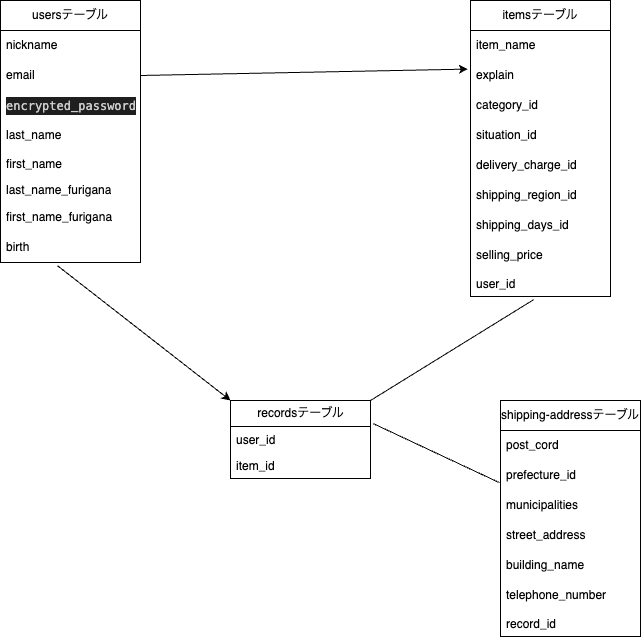
The draw.io diagram .drawio.png in koichan8258/furima-40352, before a commit. Source tidied: cells renumbered, new cells last; positions are measured from the earlier drawing's top-left corner, leaving out a move shared by most shapes.
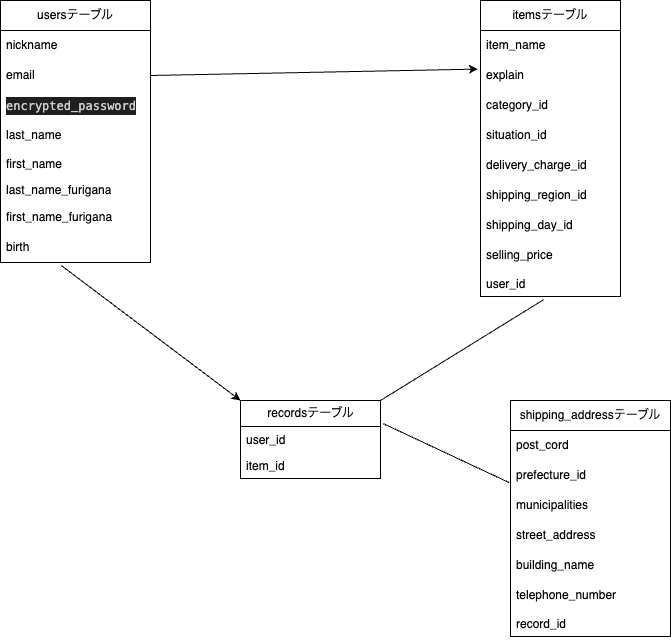
After the change.

Commit message:
ER図、READMEの訂正（2回目）

What changed in the source:
```diff
@@ -3,31 +3,31 @@
     <mxCell id="0" />
     <mxCell id="1" parent="0" />
     <mxCell id="2" value="usersテーブル" style="swimlane;fontStyle=0;horizontal=1;startSize=30;whiteSpace=wrap;html=1;" parent="1" vertex="1">
-      <mxGeometry width="140" height="262" as="geometry" />
+      <mxGeometry x="-10" width="150" height="262" as="geometry" />
     </mxCell>
     <mxCell id="3" value="nickname" style="text;strokeColor=none;fillColor=none;align=left;verticalAlign=middle;spacingLeft=4;spacingRight=4;overflow=hidden;whiteSpace=wrap;html=1;" parent="2" vertex="1">
-      <mxGeometry y="30" width="140" height="30" as="geometry" />
+      <mxGeometry y="30" width="150" height="30" as="geometry" />
     </mxCell>
     <mxCell id="4" value="email" style="text;strokeColor=none;fillColor=none;align=left;verticalAlign=middle;spacingLeft=4;spacingRight=4;overflow=hidden;points=[[0,0.5],[1,0.5]];portConstraint=eastwest;whiteSpace=wrap;html=1;" parent="2" vertex="1">
-      <mxGeometry y="60" width="140" height="30" as="geometry" />
+      <mxGeometry y="60" width="150" height="30" as="geometry" />
     </mxCell>
     <mxCell id="5" value="&lt;div style=&quot;color: rgb(204, 204, 204); background-color: rgb(31, 31, 31); font-family: Menlo, Monaco, &amp;quot;Courier New&amp;quot;, monospace; line-height: 18px;&quot;&gt;&lt;div style=&quot;line-height: 18px;&quot;&gt;encrypted_password&lt;/div&gt;&lt;/div&gt;" style="text;strokeColor=none;fillColor=none;align=left;verticalAlign=middle;spacingLeft=4;spacingRight=4;overflow=hidden;whiteSpace=wrap;html=1;" parent="2" vertex="1">
-      <mxGeometry y="90" width="140" height="30" as="geometry" />
+      <mxGeometry y="90" width="150" height="30" as="geometry" />
     </mxCell>
     <mxCell id="6" value="last_name" style="text;strokeColor=none;fillColor=none;align=left;verticalAlign=middle;spacingLeft=4;spacingRight=4;overflow=hidden;whiteSpace=wrap;html=1;" parent="2" vertex="1">
-      <mxGeometry y="120" width="140" height="30" as="geometry" />
+      <mxGeometry y="120" width="150" height="30" as="geometry" />
     </mxCell>
     <mxCell id="7" value="first_name" style="text;strokeColor=none;fillColor=none;align=left;verticalAlign=top;spacingLeft=4;spacingRight=4;overflow=hidden;whiteSpace=wrap;html=1;" parent="2" vertex="1">
-      <mxGeometry y="150" width="140" height="26" as="geometry" />
+      <mxGeometry y="150" width="150" height="26" as="geometry" />
     </mxCell>
     <mxCell id="8" value="last_name_furigana" style="text;strokeColor=none;fillColor=none;align=left;verticalAlign=top;spacingLeft=4;spacingRight=4;overflow=hidden;whiteSpace=wrap;html=1;" parent="2" vertex="1">
-      <mxGeometry y="176" width="140" height="26" as="geometry" />
+      <mxGeometry y="176" width="150" height="26" as="geometry" />
     </mxCell>
     <mxCell id="9" value="first_name_furigana" style="text;strokeColor=none;fillColor=none;align=left;verticalAlign=middle;spacingLeft=4;spacingRight=4;overflow=hidden;whiteSpace=wrap;html=1;" parent="2" vertex="1">
-      <mxGeometry y="202" width="140" height="30" as="geometry" />
+      <mxGeometry y="202" width="150" height="30" as="geometry" />
     </mxCell>
     <mxCell id="10" value="birth" style="text;strokeColor=none;fillColor=none;align=left;verticalAlign=middle;spacingLeft=4;spacingRight=4;overflow=hidden;points=[[0,0.5],[1,0.5]];portConstraint=eastwest;whiteSpace=wrap;html=1;" parent="2" vertex="1">
-      <mxGeometry y="232" width="140" height="30" as="geometry" />
+      <mxGeometry y="232" width="150" height="30" as="geometry" />
     </mxCell>
     <mxCell id="11" value="itemsテーブル" style="swimlane;fontStyle=0;horizontal=1;startSize=30;whiteSpace=wrap;html=1;" parent="1" vertex="1">
       <mxGeometry x="470" width="140" height="296" as="geometry" />
@@ -50,7 +50,7 @@
     <mxCell id="17" value="shipping_region_id" style="text;strokeColor=none;fillColor=none;align=left;verticalAlign=middle;spacingLeft=4;spacingRight=4;overflow=hidden;whiteSpace=wrap;html=1;" parent="11" vertex="1">
       <mxGeometry y="180" width="140" height="30" as="geometry" />
     </mxCell>
-    <mxCell id="18" value="shipping_days_id" style="text;strokeColor=none;fillColor=none;align=left;verticalAlign=middle;spacingLeft=4;spacingRight=4;overflow=hidden;whiteSpace=wrap;html=1;" parent="11" vertex="1">
+    <mxCell id="18" value="shipping_day_id" style="text;strokeColor=none;fillColor=none;align=left;verticalAlign=middle;spacingLeft=4;spacingRight=4;overflow=hidden;whiteSpace=wrap;html=1;" parent="11" vertex="1">
       <mxGeometry y="210" width="140" height="30" as="geometry" />
     </mxCell>
     <mxCell id="19" value="selling_price" style="text;strokeColor=none;fillColor=none;align=left;verticalAlign=middle;spacingLeft=4;spacingRight=4;overflow=hidden;whiteSpace=wrap;html=1;" parent="11" vertex="1">
@@ -62,29 +62,29 @@
     <mxCell id="21" style="endArrow=classic;html=1;exitX=1;exitY=0.5;exitDx=0;exitDy=0;entryX=-0.019;entryY=0.287;entryDx=0;entryDy=0;entryPerimeter=0;" parent="1" edge="1" source="4" target="13">
       <mxGeometry relative="1" as="geometry" />
     </mxCell>
-    <mxCell id="22" value="shipping-addressテーブル" style="swimlane;fontStyle=0;horizontal=1;startSize=30;whiteSpace=wrap;html=1;" parent="1" vertex="1">
-      <mxGeometry x="500" y="400" width="140" height="236" as="geometry" />
+    <mxCell id="22" value="shipping_addressテーブル" style="swimlane;fontStyle=0;horizontal=1;startSize=30;whiteSpace=wrap;html=1;" parent="1" vertex="1">
+      <mxGeometry x="500" y="400" width="160" height="236" as="geometry" />
     </mxCell>
     <mxCell id="23" value="post_cord" style="text;strokeColor=none;fillColor=none;align=left;verticalAlign=middle;spacingLeft=4;spacingRight=4;overflow=hidden;whiteSpace=wrap;html=1;" parent="22" vertex="1">
-      <mxGeometry y="30" width="140" height="30" as="geometry" />
+      <mxGeometry y="30" width="160" height="30" as="geometry" />
     </mxCell>
     <mxCell id="24" value="prefecture_id" style="text;strokeColor=none;fillColor=none;align=left;verticalAlign=middle;spacingLeft=4;spacingRight=4;overflow=hidden;points=[[0,0.5],[1,0.5]];portConstraint=eastwest;whiteSpace=wrap;html=1;" parent="22" vertex="1">
-      <mxGeometry y="60" width="140" height="30" as="geometry" />
+      <mxGeometry y="60" width="160" height="30" as="geometry" />
     </mxCell>
     <mxCell id="25" value="municipalities" style="text;strokeColor=none;fillColor=none;align=left;verticalAlign=middle;spacingLeft=4;spacingRight=4;overflow=hidden;whiteSpace=wrap;html=1;" parent="22" vertex="1">
-      <mxGeometry y="90" width="140" height="30" as="geometry" />
+      <mxGeometry y="90" width="160" height="30" as="geometry" />
     </mxCell>
     <mxCell id="26" value="street_address" style="text;strokeColor=none;fillColor=none;align=left;verticalAlign=middle;spacingLeft=4;spacingRight=4;overflow=hidden;whiteSpace=wrap;html=1;" parent="22" vertex="1">
-      <mxGeometry y="120" width="140" height="30" as="geometry" />
+      <mxGeometry y="120" width="160" height="30" as="geometry" />
     </mxCell>
     <mxCell id="27" value="building_name" style="text;strokeColor=none;fillColor=none;align=left;verticalAlign=middle;spacingLeft=4;spacingRight=4;overflow=hidden;whiteSpace=wrap;html=1;" parent="22" vertex="1">
-      <mxGeometry y="150" width="140" height="30" as="geometry" />
+      <mxGeometry y="150" width="160" height="30" as="geometry" />
     </mxCell>
     <mxCell id="28" value="telephone_number" style="text;strokeColor=none;fillColor=none;align=left;verticalAlign=middle;spacingLeft=4;spacingRight=4;overflow=hidden;whiteSpace=wrap;html=1;" parent="22" vertex="1">
-      <mxGeometry y="180" width="140" height="30" as="geometry" />
+      <mxGeometry y="180" width="160" height="30" as="geometry" />
     </mxCell>
     <mxCell id="29" value="record_id" style="text;strokeColor=none;fillColor=none;align=left;verticalAlign=top;spacingLeft=4;spacingRight=4;overflow=hidden;whiteSpace=wrap;html=1;" parent="22" vertex="1">
-      <mxGeometry y="210" width="140" height="26" as="geometry" />
+      <mxGeometry y="210" width="160" height="26" as="geometry" />
     </mxCell>
     <mxCell id="30" value="recordsテーブル" style="swimlane;fontStyle=0;horizontal=1;startSize=26;fillColor=none;html=1;" parent="1" vertex="1">
       <mxGeometry x="230" y="400" width="140" height="78" as="geometry" />
```
